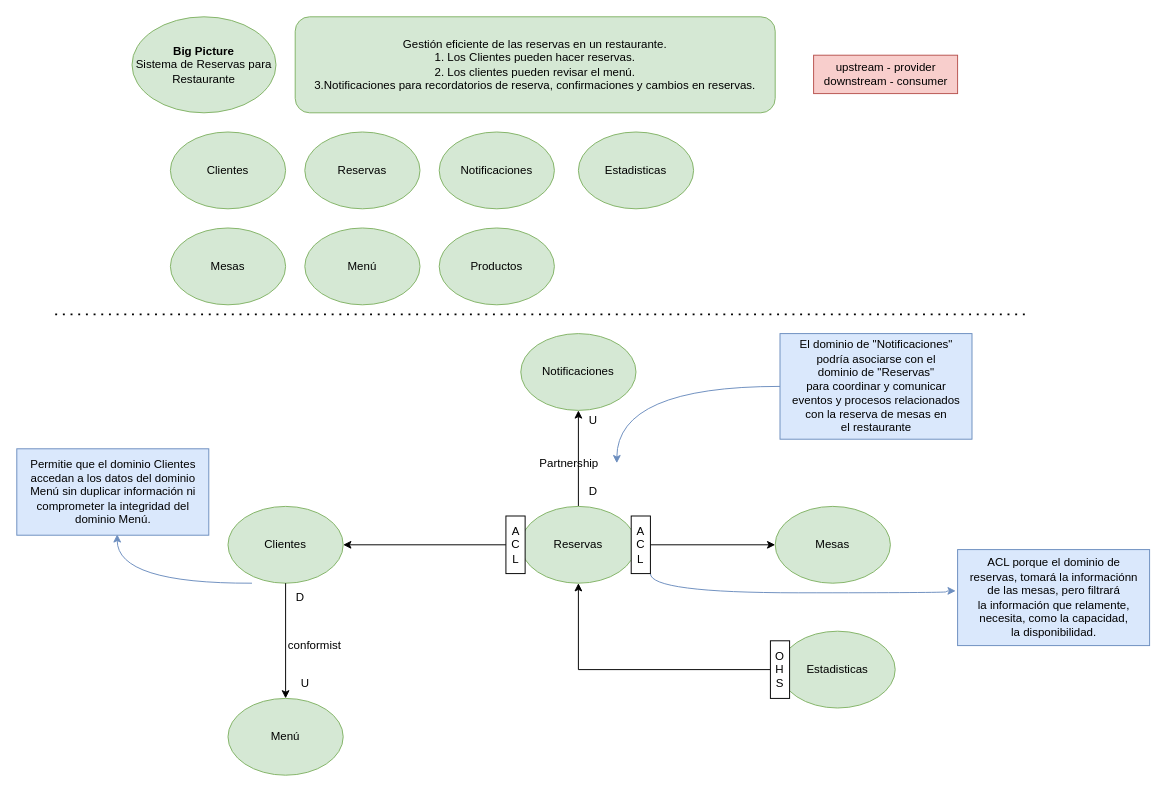
Earlier version of the draw.io diagram page "Modelado estratégico" (1 of 12) of Restaurante_Disenio.drawio (andrescardo98/doo). Source tidied: cells renumbered, new cells numbered last; positions are measured from the earlier drawing's top-left corner, leaving out a move shared by most shapes. Both pictures are drawn from the tidied source at 96%, with x=0, y=0 at pixel (16, 16).
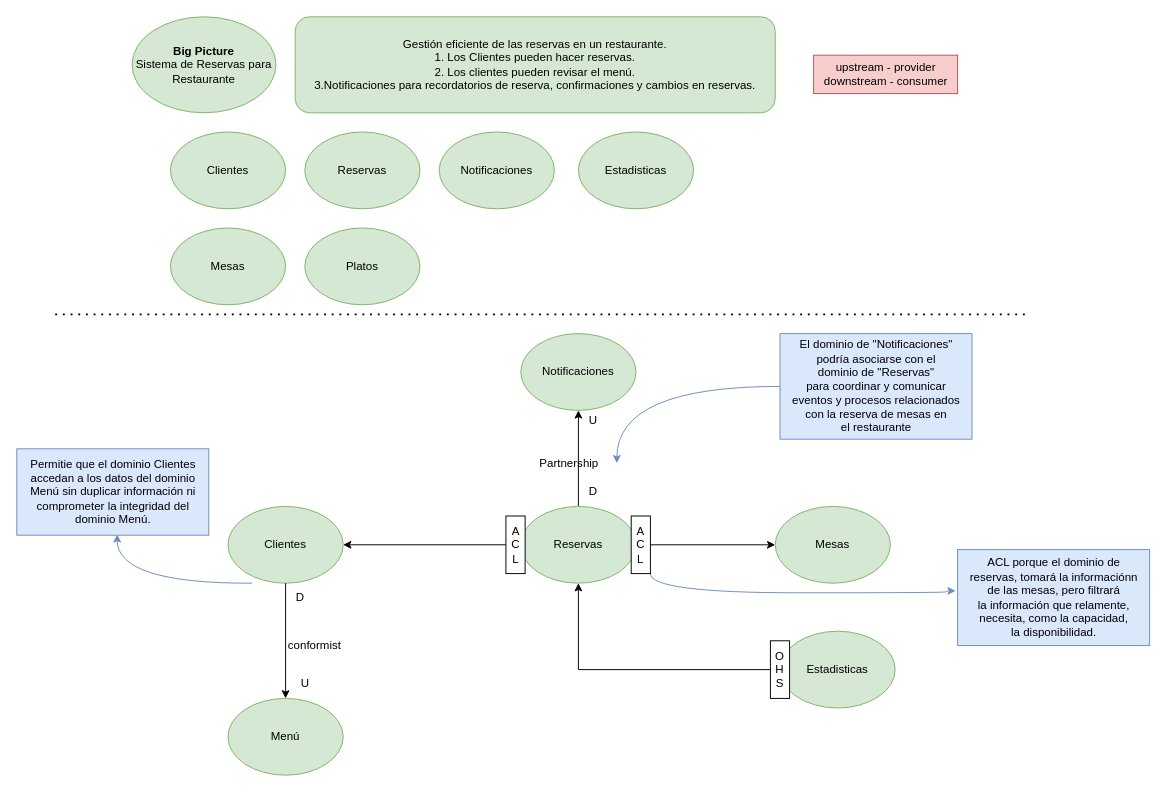
After the change.

What changed in the source:
```diff
@@
-    <mxCell id="9" value="Menú" style="ellipse;whiteSpace=wrap;html=1;fillColor=#d5e8d4;strokeColor=#82b366;" parent="1" vertex="1">
+    <mxCell id="9" value="Platos" style="ellipse;whiteSpace=wrap;html=1;fillColor=#d5e8d4;strokeColor=#82b366;" parent="1" vertex="1">
       <mxGeometry x="300" y="220" width="120" height="80" as="geometry" />
     </mxCell>
@@
-    <mxCell id="17" value="Productos" style="ellipse;whiteSpace=wrap;html=1;fillColor=#d5e8d4;strokeColor=#82b366;" parent="1" vertex="1">
-      <mxGeometry x="440" y="220" width="120" height="80" as="geometry" />
-    </mxCell>
```
